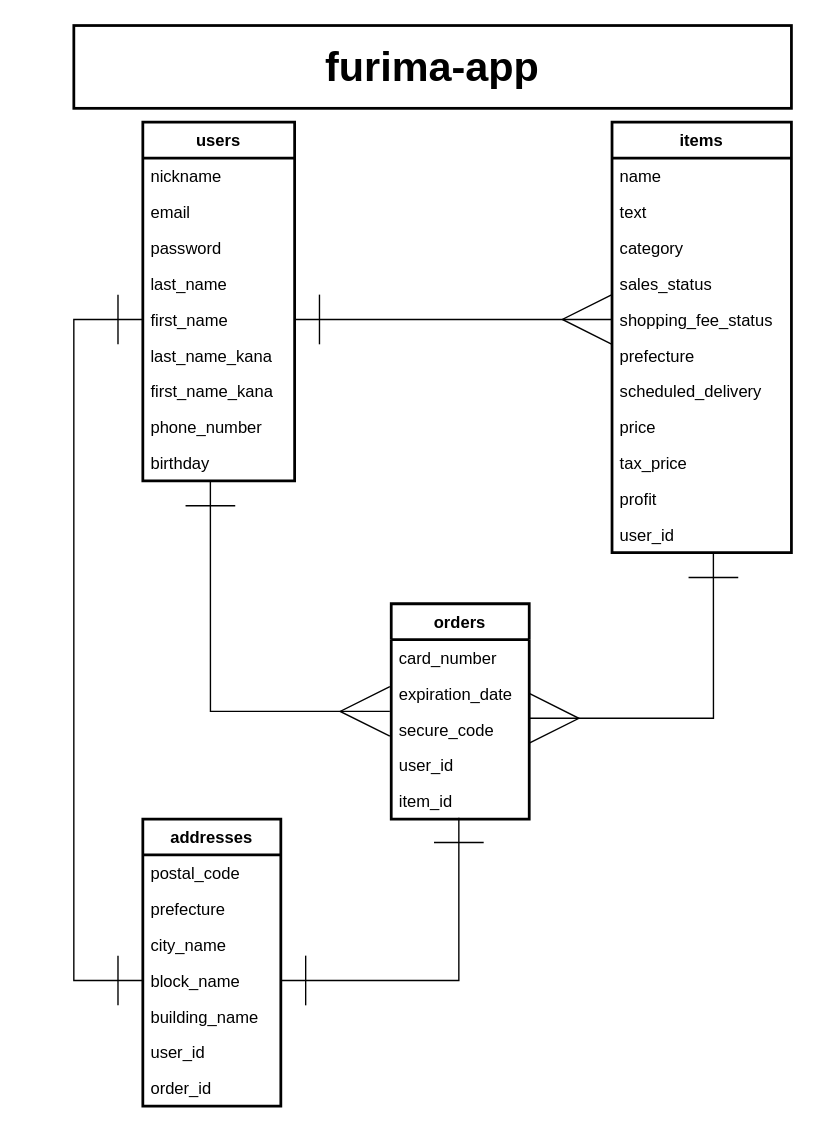
Earlier version of the draw.io diagram furima.dio (takumi-murakami/furima-30926). Source tidied: cells renumbered, new cells numbered last; positions are measured from the earlier drawing's top-left corner, leaving out a move shared by most shapes. Both pictures are drawn from the tidied source at 138%, with x=0, y=0 at pixel (73, 25).
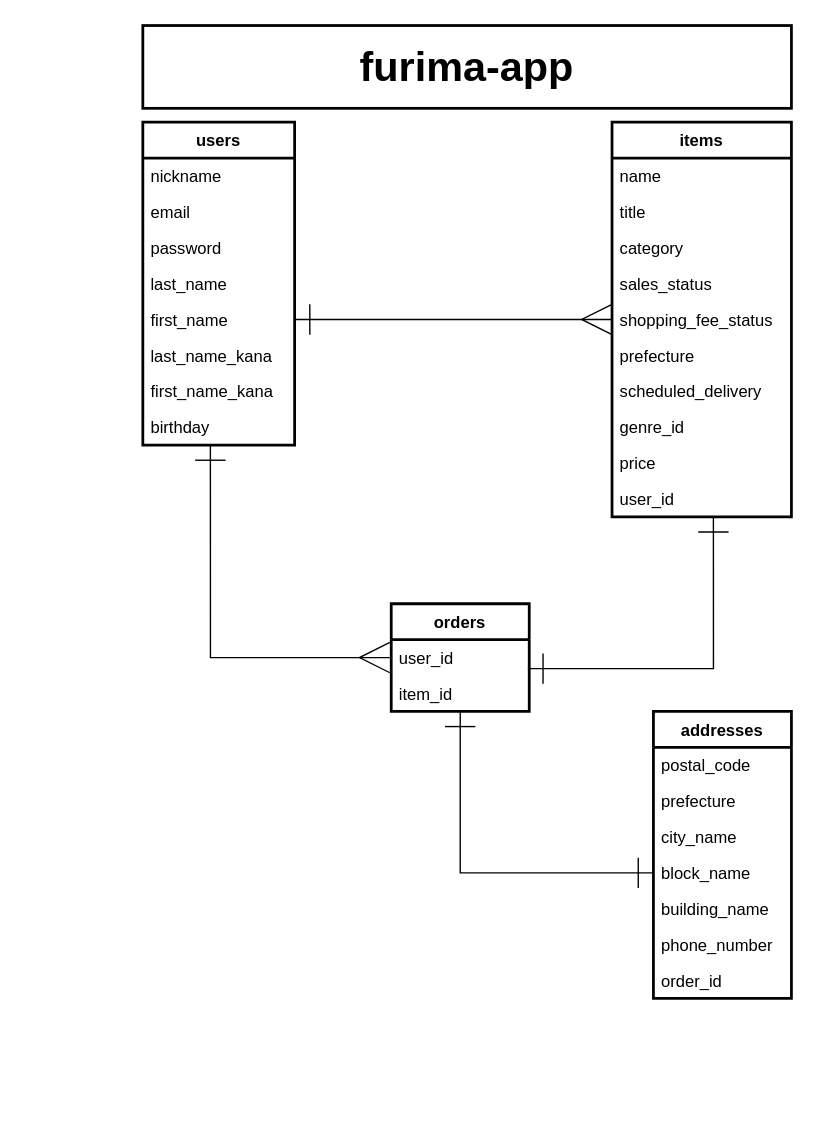
The same diagram, later.

Commit message (it also covers changes not shown here):
指摘箇所の修正

The change refers to these unchanged cells:
```xml
<mxCell id="7" value="first_name" style="text;strokeColor=none;fillColor=none;align=left;verticalAlign=top;spacingLeft=4;spacingRight=4;overflow=hidden;points=[[0,0.5],[1,0.5]];portConstraint=eastwest;" parent="2" vertex="1">
  <mxGeometry y="130" width="110" height="26" as="geometry" />
</mxCell>
<mxCell id="30" value="shopping_fee_status" style="text;strokeColor=none;fillColor=none;align=left;verticalAlign=top;spacingLeft=4;spacingRight=4;overflow=hidden;points=[[0,0.5],[1,0.5]];portConstraint=eastwest;" parent="25" vertex="1">
  <mxGeometry y="130" width="130" height="26" as="geometry" />
</mxCell>
```

Diff of the diagram source:
```diff
@@
     <mxCell id="2" value="users" style="swimlane;fontStyle=1;horizontal=1;startSize=26;strokeWidth=2;perimeterSpacing=1;" parent="1" vertex="1">
-      <mxGeometry x="50" y="70" width="110" height="260" as="geometry" />
+      <mxGeometry x="50" y="70" width="110" height="234" as="geometry" />
     </mxCell>
@@
-    <mxCell id="10" value="phone_number" style="text;strokeColor=none;fillColor=none;align=left;verticalAlign=top;spacingLeft=4;spacingRight=4;overflow=hidden;" parent="2" vertex="1">
-      <mxGeometry y="208" width="110" height="26" as="geometry" />
-    </mxCell>
     <mxCell id="11" value="birthday" style="text;strokeColor=none;fillColor=none;align=left;verticalAlign=top;spacingLeft=4;spacingRight=4;overflow=hidden;points=[[0,0.5],[1,0.5]];portConstraint=eastwest;" parent="2" vertex="1">
-      <mxGeometry y="234" width="110" height="26" as="geometry" />
+      <mxGeometry y="208" width="110" height="26" as="geometry" />
     </mxCell>
-    <mxCell id="12" style="edgeStyle=orthogonalEdgeStyle;rounded=0;jettySize=auto;html=1;exitX=0;exitY=0.5;exitDx=0;exitDy=0;startArrow=ERmany;startFill=0;startSize=34;sourcePerimeterSpacing=17;endArrow=ERone;endFill=0;endSize=34;targetPerimeterSpacing=17;entryX=0.445;entryY=1;entryDx=0;entryDy=0;entryPerimeter=0;" parent="1" edge="1" source="37" target="11">
+    <mxCell id="12" style="edgeStyle=orthogonalEdgeStyle;rounded=0;jettySize=auto;html=1;exitX=0;exitY=0.5;exitDx=0;exitDy=0;startArrow=ERmany;startFill=0;startSize=20;sourcePerimeterSpacing=17;endArrow=ERone;endFill=0;endSize=20;targetPerimeterSpacing=17;entryX=0.445;entryY=1;entryDx=0;entryDy=0;entryPerimeter=0;" parent="1" edge="1" source="37" target="11">
       <mxGeometry relative="1" as="geometry" />
     </mxCell>
-    <mxCell id="13" style="edgeStyle=orthogonalEdgeStyle;rounded=0;jettySize=auto;html=1;exitX=1;exitY=0.5;exitDx=0;exitDy=0;entryX=0;entryY=0.5;entryDx=0;entryDy=0;endArrow=ERmany;endFill=0;endSize=34;sourcePerimeterSpacing=17;targetPerimeterSpacing=17;startArrow=ERone;startFill=0;startSize=34;" parent="1" edge="1" source="7" target="30">
+    <mxCell id="13" style="edgeStyle=orthogonalEdgeStyle;rounded=0;jettySize=auto;html=1;exitX=1;exitY=0.5;exitDx=0;exitDy=0;entryX=0;entryY=0.5;entryDx=0;entryDy=0;endArrow=ERmany;endFill=0;endSize=20;sourcePerimeterSpacing=17;targetPerimeterSpacing=17;startArrow=ERone;startFill=0;startSize=20;" parent="1" edge="1" source="7" target="30">
       <mxGeometry relative="1" as="geometry" />
     </mxCell>
-    <mxCell id="14" style="edgeStyle=orthogonalEdgeStyle;rounded=0;jettySize=auto;html=1;exitX=1;exitY=0.192;exitDx=0;exitDy=0;entryX=0.565;entryY=1;entryDx=0;entryDy=0;entryPerimeter=0;startArrow=ERmany;startFill=0;startSize=34;sourcePerimeterSpacing=17;endArrow=ERone;endFill=0;endSize=34;targetPerimeterSpacing=17;exitPerimeter=0;" parent="1" edge="1" source="40" target="36">
+    <mxCell id="14" style="edgeStyle=orthogonalEdgeStyle;rounded=0;jettySize=auto;html=1;exitX=0.99;exitY=0.808;exitDx=0;exitDy=0;entryX=0.565;entryY=1;entryDx=0;entryDy=0;entryPerimeter=0;startArrow=ERone;startFill=0;startSize=20;sourcePerimeterSpacing=17;endArrow=ERone;endFill=0;endSize=20;targetPerimeterSpacing=17;exitPerimeter=0;" parent="1" edge="1" source="41" target="36">
       <mxGeometry relative="1" as="geometry" />
     </mxCell>
-    <mxCell id="15" style="edgeStyle=orthogonalEdgeStyle;rounded=0;jettySize=auto;html=1;exitX=0;exitY=0.5;exitDx=0;exitDy=0;startArrow=ERone;startFill=0;startSize=34;sourcePerimeterSpacing=17;endArrow=ERone;endFill=0;endSize=34;targetPerimeterSpacing=17;entryX=0;entryY=0.5;entryDx=0;entryDy=0;" parent="1" edge="1" source="21" target="7">
-      <mxGeometry relative="1" as="geometry" />
-    </mxCell>
-    <mxCell id="16" style="edgeStyle=orthogonalEdgeStyle;rounded=0;jettySize=auto;html=1;exitX=1;exitY=0.5;exitDx=0;exitDy=0;entryX=0.49;entryY=0.962;entryDx=0;entryDy=0;entryPerimeter=0;startArrow=ERone;startFill=0;startSize=34;sourcePerimeterSpacing=17;endArrow=ERone;endFill=0;endSize=34;targetPerimeterSpacing=17;" parent="1" edge="1" source="21" target="42">
-      <mxGeometry relative="1" as="geometry" />
-    </mxCell>
-    <mxCell id="17" value="addresses" style="swimlane;fontStyle=1;horizontal=1;startSize=26;strokeWidth=2;perimeterSpacing=1;" parent="1" vertex="1">
-      <mxGeometry x="50" y="575" width="100" height="208" as="geometry" />
-    </mxCell>
-    <mxCell id="18" value="postal_code" style="text;strokeColor=none;fillColor=none;align=left;verticalAlign=top;spacingLeft=4;spacingRight=4;overflow=hidden;" parent="17" vertex="1">
-      <mxGeometry y="26" width="100" height="26" as="geometry" />
-    </mxCell>
-    <mxCell id="19" value="prefecture" style="text;strokeColor=none;fillColor=none;align=left;verticalAlign=top;spacingLeft=4;spacingRight=4;overflow=hidden;" parent="17" vertex="1">
-      <mxGeometry y="52" width="100" height="26" as="geometry" />
-    </mxCell>
-    <mxCell id="20" value="city_name" style="text;strokeColor=none;fillColor=none;align=left;verticalAlign=top;spacingLeft=4;spacingRight=4;overflow=hidden;" parent="17" vertex="1">
-      <mxGeometry y="78" width="100" height="26" as="geometry" />
-    </mxCell>
-    <mxCell id="21" value="block_name" style="text;strokeColor=none;fillColor=none;align=left;verticalAlign=top;spacingLeft=4;spacingRight=4;overflow=hidden;points=[[0,0.5],[1,0.5]];portConstraint=eastwest;" parent="17" vertex="1">
-      <mxGeometry y="104" width="100" height="26" as="geometry" />
-    </mxCell>
-    <mxCell id="22" value="building_name" style="text;strokeColor=none;fillColor=none;align=left;verticalAlign=top;spacingLeft=4;spacingRight=4;overflow=hidden;" parent="17" vertex="1">
-      <mxGeometry y="130" width="100" height="26" as="geometry" />
-    </mxCell>
-    <mxCell id="23" value="user_id" style="text;strokeColor=none;fillColor=none;align=left;verticalAlign=top;spacingLeft=4;spacingRight=4;overflow=hidden;" parent="17" vertex="1">
-      <mxGeometry y="156" width="100" height="26" as="geometry" />
-    </mxCell>
-    <mxCell id="24" value="order_id" style="text;strokeColor=none;fillColor=none;align=left;verticalAlign=top;spacingLeft=4;spacingRight=4;overflow=hidden;" parent="17" vertex="1">
-      <mxGeometry y="182" width="100" height="26" as="geometry" />
-    </mxCell>
     <mxCell id="25" value="items" style="swimlane;fontStyle=1;horizontal=1;startSize=26;strokeWidth=2;perimeterSpacing=1;" parent="1" vertex="1">
-      <mxGeometry x="390" y="70" width="130" height="312" as="geometry" />
+      <mxGeometry x="390" y="70" width="130" height="286" as="geometry" />
     </mxCell>
@@
-    <mxCell id="27" value="text" style="text;strokeColor=none;fillColor=none;align=left;verticalAlign=top;spacingLeft=4;spacingRight=4;overflow=hidden;" parent="25" vertex="1">
+    <mxCell id="27" value="title" style="text;strokeColor=none;fillColor=none;align=left;verticalAlign=top;spacingLeft=4;spacingRight=4;overflow=hidden;" parent="25" vertex="1">
       <mxGeometry y="52" width="130" height="26" as="geometry" />
     </mxCell>
@@
+    <mxCell id="44" value="genre_id" style="text;strokeColor=none;fillColor=none;align=left;verticalAlign=top;spacingLeft=4;spacingRight=4;overflow=hidden;" parent="25" vertex="1">
+      <mxGeometry y="208" width="130" height="26" as="geometry" />
+    </mxCell>
     <mxCell id="33" value="price" style="text;strokeColor=none;fillColor=none;align=left;verticalAlign=top;spacingLeft=4;spacingRight=4;overflow=hidden;" parent="25" vertex="1">
-      <mxGeometry y="208" width="130" height="26" as="geometry" />
+      <mxGeometry y="234" width="130" height="26" as="geometry" />
     </mxCell>
-    <mxCell id="34" value="tax_price" style="text;strokeColor=none;fillColor=none;align=left;verticalAlign=top;spacingLeft=4;spacingRight=4;overflow=hidden;" parent="25" vertex="1">
-      <mxGeometry y="234" width="130" height="26" as="geometry" />
-    </mxCell>
-    <mxCell id="35" value="profit" style="text;strokeColor=none;fillColor=none;align=left;verticalAlign=top;spacingLeft=4;spacingRight=4;overflow=hidden;" parent="25" vertex="1">
-      <mxGeometry y="260" width="130" height="26" as="geometry" />
-    </mxCell>
     <mxCell id="36" value="user_id" style="text;strokeColor=none;fillColor=none;align=left;verticalAlign=top;spacingLeft=4;spacingRight=4;overflow=hidden;points=[[0,0.5],[1,0.5]];portConstraint=eastwest;" parent="25" vertex="1">
-      <mxGeometry y="286" width="130" height="26" as="geometry" />
+      <mxGeometry y="260" width="130" height="26" as="geometry" />
     </mxCell>
     <mxCell id="37" value="orders" style="swimlane;fontStyle=1;horizontal=1;startSize=26;strokeWidth=2;perimeterSpacing=1;" parent="1" vertex="1">
-      <mxGeometry x="230" y="419" width="100" height="156" as="geometry" />
+      <mxGeometry x="230" y="419" width="100" height="78" as="geometry" />
     </mxCell>
-    <mxCell id="38" value="card_number" style="text;strokeColor=none;fillColor=none;align=left;verticalAlign=top;spacingLeft=4;spacingRight=4;overflow=hidden;" parent="37" vertex="1">
-      <mxGeometry y="26" width="100" height="26" as="geometry" />
-    </mxCell>
-    <mxCell id="39" value="expiration_date" style="text;strokeColor=none;fillColor=none;align=left;verticalAlign=top;spacingLeft=4;spacingRight=4;overflow=hidden;" parent="37" vertex="1">
-      <mxGeometry y="52" width="100" height="26" as="geometry" />
-    </mxCell>
-    <mxCell id="40" value="secure_code" style="text;strokeColor=none;fillColor=none;align=left;verticalAlign=top;spacingLeft=4;spacingRight=4;overflow=hidden;points=[[0,0.5],[1,0.5]];portConstraint=eastwest;" parent="37" vertex="1">
-      <mxGeometry y="78" width="100" height="26" as="geometry" />
-    </mxCell>
     <mxCell id="41" value="user_id" style="text;strokeColor=none;fillColor=none;align=left;verticalAlign=top;spacingLeft=4;spacingRight=4;overflow=hidden;points=[[0,0.5],[1,0.5]];portConstraint=eastwest;" parent="37" vertex="1">
-      <mxGeometry y="104" width="100" height="26" as="geometry" />
+      <mxGeometry y="26" width="100" height="26" as="geometry" />
     </mxCell>
     <mxCell id="42" value="item_id" style="text;strokeColor=none;fillColor=none;align=left;verticalAlign=top;spacingLeft=4;spacingRight=4;overflow=hidden;points=[[0,0.5],[1,0.5]];portConstraint=eastwest;" parent="37" vertex="1">
-      <mxGeometry y="130" width="100" height="26" as="geometry" />
+      <mxGeometry y="52" width="100" height="26" as="geometry" />
     </mxCell>
     <mxCell id="43" value="&lt;b&gt;&lt;font style=&quot;font-size: 30px&quot;&gt;furima-app&lt;/font&gt;&lt;/b&gt;" style="rounded=0;whiteSpace=wrap;html=1;strokeWidth=2;" parent="1" vertex="1">
-      <mxGeometry width="520" height="60" as="geometry" />
+      <mxGeometry x="50" width="470" height="60" as="geometry" />
     </mxCell>
+    <mxCell id="16" style="edgeStyle=orthogonalEdgeStyle;rounded=0;jettySize=auto;html=1;exitX=0;exitY=0.5;exitDx=0;exitDy=0;entryX=0.5;entryY=1;entryDx=0;entryDy=0;entryPerimeter=0;startArrow=ERone;startFill=0;targetPerimeterSpacing=17;endSize=20;sourcePerimeterSpacing=17;startSize=20;endArrow=ERone;endFill=0;" parent="1" edge="1" source="21" target="42">
+      <mxGeometry relative="1" as="geometry" />
+    </mxCell>
+    <mxCell id="17" value="addresses" style="swimlane;fontStyle=1;horizontal=1;startSize=26;strokeWidth=2;perimeterSpacing=1;" parent="1" vertex="1">
+      <mxGeometry x="420" y="497" width="100" height="208" as="geometry" />
+    </mxCell>
+    <mxCell id="18" value="postal_code" style="text;strokeColor=none;fillColor=none;align=left;verticalAlign=top;spacingLeft=4;spacingRight=4;overflow=hidden;" parent="17" vertex="1">
+      <mxGeometry y="26" width="100" height="26" as="geometry" />
+    </mxCell>
+    <mxCell id="19" value="prefecture" style="text;strokeColor=none;fillColor=none;align=left;verticalAlign=top;spacingLeft=4;spacingRight=4;overflow=hidden;" parent="17" vertex="1">
+      <mxGeometry y="52" width="100" height="26" as="geometry" />
+    </mxCell>
+    <mxCell id="20" value="city_name" style="text;strokeColor=none;fillColor=none;align=left;verticalAlign=top;spacingLeft=4;spacingRight=4;overflow=hidden;" parent="17" vertex="1">
+      <mxGeometry y="78" width="100" height="26" as="geometry" />
+    </mxCell>
+    <mxCell id="21" value="block_name" style="text;strokeColor=none;fillColor=none;align=left;verticalAlign=top;spacingLeft=4;spacingRight=4;overflow=hidden;points=[[0,0.5],[1,0.5]];portConstraint=eastwest;" parent="17" vertex="1">
+      <mxGeometry y="104" width="100" height="26" as="geometry" />
+    </mxCell>
+    <mxCell id="22" value="building_name" style="text;strokeColor=none;fillColor=none;align=left;verticalAlign=top;spacingLeft=4;spacingRight=4;overflow=hidden;" parent="17" vertex="1">
+      <mxGeometry y="130" width="100" height="26" as="geometry" />
+    </mxCell>
+    <mxCell id="10" value="phone_number" style="text;strokeColor=none;fillColor=none;align=left;verticalAlign=top;spacingLeft=4;spacingRight=4;overflow=hidden;" parent="17" vertex="1">
+      <mxGeometry y="156" width="100" height="26" as="geometry" />
+    </mxCell>
+    <mxCell id="24" value="order_id" style="text;strokeColor=none;fillColor=none;align=left;verticalAlign=top;spacingLeft=4;spacingRight=4;overflow=hidden;" parent="17" vertex="1">
+      <mxGeometry y="182" width="100" height="26" as="geometry" />
+    </mxCell>
+    <mxCell id="45" style="edgeStyle=orthogonalEdgeStyle;rounded=0;orthogonalLoop=1;jettySize=auto;html=1;exitX=1;exitY=0.5;exitDx=0;exitDy=0;startArrow=ERone;startFill=0;" parent="17" edge="1" source="21" target="21">
+      <mxGeometry relative="1" as="geometry" />
+    </mxCell>
```
